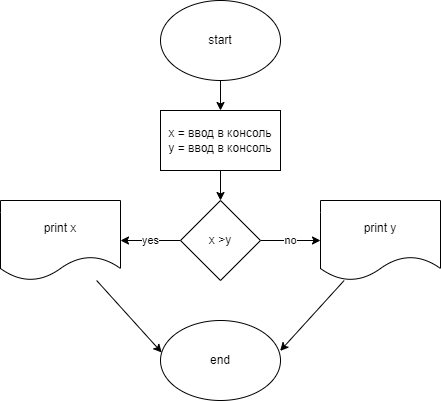
Above: proba1/proba1.drawio.png in Andrei-Serov73/Homework_08_07_22 (draw.io), before the change. Source tidied: cells renumbered, new cells last; positions are measured from the earlier drawing's top-left corner, leaving out a move shared by most shapes.
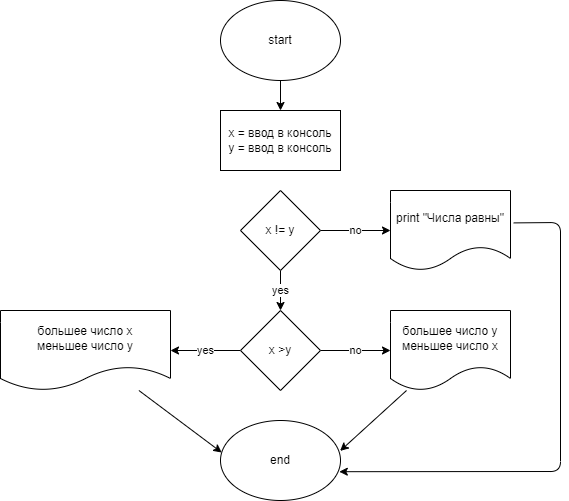
Above is the later version.

Change to the diagram source:
```diff
@@ -8,9 +8,6 @@
     <mxCell id="3" value="start" style="ellipse;whiteSpace=wrap;html=1;" parent="1" vertex="1">
       <mxGeometry x="160" width="120" height="80" as="geometry" />
     </mxCell>
-    <mxCell id="4" style="edgeStyle=none;html=1;" parent="1" edge="1" source="5" target="8">
-      <mxGeometry relative="1" as="geometry" />
-    </mxCell>
     <mxCell id="5" value="x = ввод в консоль&lt;br&gt;y = ввод в консоль" style="rounded=0;whiteSpace=wrap;html=1;" parent="1" vertex="1">
       <mxGeometry x="160" y="110" width="120" height="60" as="geometry" />
     </mxCell>
@@ -21,22 +18,42 @@
       <mxGeometry relative="1" as="geometry" />
     </mxCell>
     <mxCell id="8" value="x &amp;gt;y" style="rhombus;whiteSpace=wrap;html=1;" parent="1" vertex="1">
-      <mxGeometry x="180" y="200" width="80" height="80" as="geometry" />
+      <mxGeometry x="180" y="310" width="80" height="80" as="geometry" />
     </mxCell>
     <mxCell id="9" style="edgeStyle=none;html=1;entryX=0.01;entryY=0.4;entryDx=0;entryDy=0;entryPerimeter=0;" parent="1" edge="1" source="10" target="13">
       <mxGeometry relative="1" as="geometry" />
     </mxCell>
-    <mxCell id="10" value="print x" style="shape=document;whiteSpace=wrap;html=1;boundedLbl=1;" parent="1" vertex="1">
-      <mxGeometry y="200" width="120" height="80" as="geometry" />
+    <mxCell id="10" value="большее число x&lt;br&gt;меньшее число y" style="shape=document;whiteSpace=wrap;html=1;boundedLbl=1;" parent="1" vertex="1">
+      <mxGeometry x="-60" y="310" width="170" height="80" as="geometry" />
     </mxCell>
     <mxCell id="11" style="edgeStyle=none;html=1;entryX=0.997;entryY=0.38;entryDx=0;entryDy=0;entryPerimeter=0;" parent="1" edge="1" source="12" target="13">
       <mxGeometry relative="1" as="geometry" />
     </mxCell>
-    <mxCell id="12" value="print y" style="shape=document;whiteSpace=wrap;html=1;boundedLbl=1;" parent="1" vertex="1">
-      <mxGeometry x="320" y="200" width="120" height="80" as="geometry" />
+    <mxCell id="12" value="большее число y&lt;br&gt;меньшее число x" style="shape=document;whiteSpace=wrap;html=1;boundedLbl=1;" parent="1" vertex="1">
+      <mxGeometry x="330" y="310" width="120" height="80" as="geometry" />
     </mxCell>
     <mxCell id="13" value="end" style="ellipse;whiteSpace=wrap;html=1;" parent="1" vertex="1">
-      <mxGeometry x="160" y="320" width="120" height="80" as="geometry" />
+      <mxGeometry x="160" y="420" width="120" height="80" as="geometry" />
     </mxCell>
+    <mxCell id="14" value="yes" style="edgeStyle=none;html=1;" parent="1" edge="1" source="16" target="8">
+      <mxGeometry relative="1" as="geometry" />
+    </mxCell>
+    <mxCell id="15" value="no" style="edgeStyle=none;html=1;" parent="1" edge="1" source="16" target="18">
+      <mxGeometry relative="1" as="geometry" />
+    </mxCell>
+    <mxCell id="16" value="x != y" style="rhombus;whiteSpace=wrap;html=1;" parent="1" vertex="1">
+      <mxGeometry x="180" y="190" width="80" height="80" as="geometry" />
+    </mxCell>
+    <mxCell id="17" style="edgeStyle=none;html=1;entryX=0.99;entryY=0.64;entryDx=0;entryDy=0;entryPerimeter=0;exitX=1.027;exitY=0.405;exitDx=0;exitDy=0;exitPerimeter=0;" parent="1" edge="1" source="18" target="13">
+      <mxGeometry relative="1" as="geometry">
+        <Array as="points">
+          <mxPoint x="500" y="222" />
+          <mxPoint x="500" y="471" />
+        </Array>
+      </mxGeometry>
+    </mxCell>
+    <mxCell id="18" value="print &quot;Числа равны&quot;" style="shape=document;whiteSpace=wrap;html=1;boundedLbl=1;" parent="1" vertex="1">
+      <mxGeometry x="330" y="190" width="120" height="80" as="geometry" />
+    </mxCell>
   </root>
 </mxGraphModel>
```
